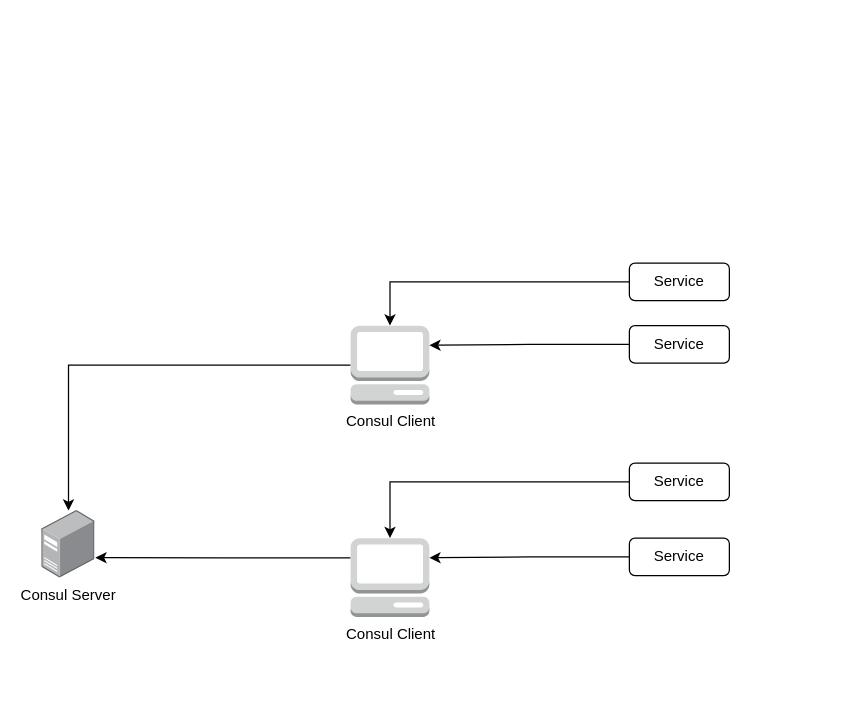
Above: Sample.drawio in TechnoCrush/Diagrams (draw.io), before the change. Source tidied: cells renumbered, new cells numbered last; positions are measured from the earlier drawing's top-left corner, leaving out a move shared by most shapes. Both pictures are drawn from the tidied source at 125%, with x=0, y=0 at pixel (41, 262).
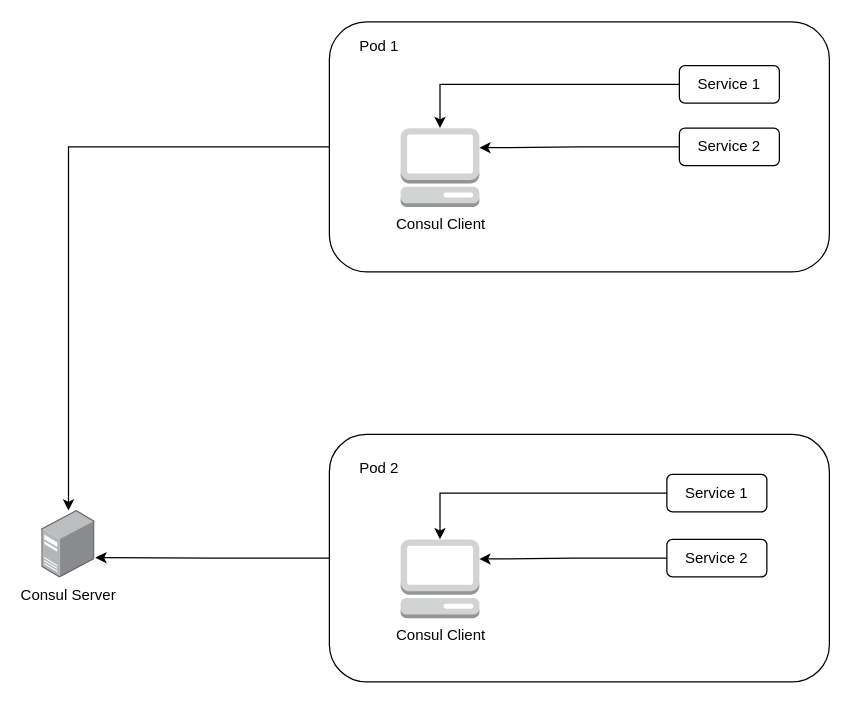
After the change.

The change refers to these unchanged cells:
```xml
<mxCell id="2" value="Consul Server" style="points=[];html=1;align=center;shadow=0;dashed=0;image;image=img/lib/allied_telesis/computer_and_terminals/Server_Desktop.svg;" parent="1" vertex="1">
  <mxGeometry y="198" width="42.6" height="54" as="geometry" />
</mxCell>
```

The edit, as a diff of the source:
```diff
@@
-    <mxCell id="3" style="edgeStyle=orthogonalEdgeStyle;rounded=0;jettySize=auto;html=1;" parent="1" edge="1" source="4" target="2">
+    <mxCell id="3" style="edgeStyle=orthogonalEdgeStyle;rounded=0;jettySize=auto;html=1;exitX=0;exitY=0.5;exitDx=0;exitDy=0;" parent="1" edge="1" source="19" target="2">
       <mxGeometry relative="1" as="geometry" />
     </mxCell>
+    <mxCell id="5" style="edgeStyle=orthogonalEdgeStyle;rounded=0;jettySize=auto;html=1;entryX=1.005;entryY=0.697;entryDx=0;entryDy=0;entryPerimeter=0;exitX=0;exitY=0.5;exitDx=0;exitDy=0;" parent="1" edge="1" source="16" target="2">
+      <mxGeometry relative="1" as="geometry" />
+    </mxCell>
+    <mxCell id="15" style="group;" parent="1" vertex="1">
+      <mxGeometry x="230" y="137" width="400" height="198" as="geometry" />
+    </mxCell>
+    <mxCell id="16" style="rounded=1;whiteSpace=wrap;html=1;align=left;" parent="15" vertex="1">
+      <mxGeometry width="400" height="198" as="geometry" />
+    </mxCell>
+    <mxCell id="6" value="Consul Client" style="outlineConnect=0;dashed=0;verticalLabelPosition=bottom;verticalAlign=top;align=center;html=1;shape=mxgraph.aws3.management_console;fillColor=#D2D3D3;gradientColor=none;" parent="15" vertex="1">
+      <mxGeometry x="57" y="84" width="63" height="63" as="geometry" />
+    </mxCell>
+    <mxCell id="11" style="edgeStyle=orthogonalEdgeStyle;rounded=0;jettySize=auto;html=1;exitX=0;exitY=0.5;exitDx=0;exitDy=0;entryX=1;entryY=0.25;entryDx=0;entryDy=0;entryPerimeter=0;" parent="15" edge="1" source="12" target="6">
+      <mxGeometry relative="1" as="geometry" />
+    </mxCell>
+    <mxCell id="12" value="Service 2" style="rounded=1;whiteSpace=wrap;html=1;" parent="15" vertex="1">
+      <mxGeometry x="270" y="84" width="80" height="30" as="geometry" />
+    </mxCell>
+    <mxCell id="13" style="edgeStyle=orthogonalEdgeStyle;rounded=0;jettySize=auto;html=1;exitX=0;exitY=0.5;exitDx=0;exitDy=0;entryX=0.5;entryY=0;entryDx=0;entryDy=0;entryPerimeter=0;" parent="15" edge="1" source="14" target="6">
+      <mxGeometry relative="1" as="geometry" />
+    </mxCell>
+    <mxCell id="14" value="Service 1" style="rounded=1;whiteSpace=wrap;html=1;" parent="15" vertex="1">
+      <mxGeometry x="270" y="32" width="80" height="30" as="geometry" />
+    </mxCell>
+    <mxCell id="17" value="Pod 2" style="text;html=1;strokeColor=none;fillColor=none;align=center;verticalAlign=middle;whiteSpace=wrap;rounded=0;" parent="15" vertex="1">
+      <mxGeometry x="10" y="12" width="60" height="30" as="geometry" />
+    </mxCell>
+    <mxCell id="18" style="group;" parent="1" vertex="1">
+      <mxGeometry x="230" y="-193" width="400" height="200" as="geometry" />
+    </mxCell>
+    <mxCell id="19" style="rounded=1;whiteSpace=wrap;html=1;align=left;" parent="18" vertex="1">
+      <mxGeometry width="400" height="200" as="geometry" />
+    </mxCell>
-    <mxCell id="4" value="Consul Client" style="outlineConnect=0;dashed=0;verticalLabelPosition=bottom;verticalAlign=top;align=center;html=1;shape=mxgraph.aws3.management_console;fillColor=#D2D3D3;gradientColor=none;" parent="1" vertex="1">
-      <mxGeometry x="247" y="50" width="63" height="63" as="geometry" />
+    <mxCell id="4" value="Consul Client" style="outlineConnect=0;dashed=0;verticalLabelPosition=bottom;verticalAlign=top;align=center;html=1;shape=mxgraph.aws3.management_console;fillColor=#D2D3D3;gradientColor=none;" parent="18" vertex="1">
+      <mxGeometry x="57" y="85" width="63" height="63" as="geometry" />
     </mxCell>
-    <mxCell id="5" style="edgeStyle=orthogonalEdgeStyle;rounded=0;jettySize=auto;html=1;exitX=0;exitY=0.25;exitDx=0;exitDy=0;exitPerimeter=0;entryX=1.005;entryY=0.697;entryDx=0;entryDy=0;entryPerimeter=0;" parent="1" edge="1" source="6" target="2">
-      <mxGeometry relative="1" as="geometry" />
-    </mxCell>
-    <mxCell id="6" value="Consul Client" style="outlineConnect=0;dashed=0;verticalLabelPosition=bottom;verticalAlign=top;align=center;html=1;shape=mxgraph.aws3.management_console;fillColor=#D2D3D3;gradientColor=none;" parent="1" vertex="1">
-      <mxGeometry x="247" y="220" width="63" height="63" as="geometry" />
-    </mxCell>
-    <mxCell id="7" style="edgeStyle=orthogonalEdgeStyle;rounded=0;jettySize=auto;html=1;exitX=0;exitY=0.5;exitDx=0;exitDy=0;entryX=1;entryY=0.25;entryDx=0;entryDy=0;entryPerimeter=0;" parent="1" edge="1" source="8" target="4">
+    <mxCell id="7" style="edgeStyle=orthogonalEdgeStyle;rounded=0;jettySize=auto;html=1;exitX=0;exitY=0.5;exitDx=0;exitDy=0;entryX=1;entryY=0.25;entryDx=0;entryDy=0;entryPerimeter=0;" parent="18" edge="1" source="8" target="4">
       <mxGeometry relative="1" as="geometry" />
     </mxCell>
-    <mxCell id="8" value="Service" style="rounded=1;whiteSpace=wrap;html=1;" parent="1" vertex="1">
-      <mxGeometry x="470" y="50" width="80" height="30" as="geometry" />
+    <mxCell id="8" value="Service 2" style="rounded=1;whiteSpace=wrap;html=1;" parent="18" vertex="1">
+      <mxGeometry x="280" y="85" width="80" height="30" as="geometry" />
     </mxCell>
-    <mxCell id="9" style="edgeStyle=orthogonalEdgeStyle;rounded=0;jettySize=auto;html=1;exitX=0;exitY=0.5;exitDx=0;exitDy=0;" parent="1" edge="1" source="10" target="4">
+    <mxCell id="9" style="edgeStyle=orthogonalEdgeStyle;rounded=0;jettySize=auto;html=1;exitX=0;exitY=0.5;exitDx=0;exitDy=0;" parent="18" edge="1" source="10" target="4">
       <mxGeometry relative="1" as="geometry" />
     </mxCell>
-    <mxCell id="10" value="Service" style="rounded=1;whiteSpace=wrap;html=1;" parent="1" vertex="1">
-      <mxGeometry x="470" width="80" height="30" as="geometry" />
+    <mxCell id="10" value="Service 1" style="rounded=1;whiteSpace=wrap;html=1;" parent="18" vertex="1">
+      <mxGeometry x="280" y="35" width="80" height="30" as="geometry" />
     </mxCell>
-    <mxCell id="11" style="edgeStyle=orthogonalEdgeStyle;rounded=0;jettySize=auto;html=1;exitX=0;exitY=0.5;exitDx=0;exitDy=0;entryX=1;entryY=0.25;entryDx=0;entryDy=0;entryPerimeter=0;" parent="1" edge="1" source="12" target="6">
-      <mxGeometry relative="1" as="geometry" />
-    </mxCell>
-    <mxCell id="12" value="Service" style="rounded=1;whiteSpace=wrap;html=1;" parent="1" vertex="1">
-      <mxGeometry x="470" y="220" width="80" height="30" as="geometry" />
-    </mxCell>
-    <mxCell id="13" style="edgeStyle=orthogonalEdgeStyle;rounded=0;jettySize=auto;html=1;exitX=0;exitY=0.5;exitDx=0;exitDy=0;entryX=0.5;entryY=0;entryDx=0;entryDy=0;entryPerimeter=0;" parent="1" edge="1" source="14" target="6">
-      <mxGeometry relative="1" as="geometry" />
-    </mxCell>
-    <mxCell id="14" value="Service" style="rounded=1;whiteSpace=wrap;html=1;" parent="1" vertex="1">
-      <mxGeometry x="470" y="160" width="80" height="30" as="geometry" />
-    </mxCell>
+    <mxCell id="20" value="Pod 1" style="text;html=1;strokeColor=none;fillColor=none;align=center;verticalAlign=middle;whiteSpace=wrap;rounded=0;" parent="18" vertex="1">
+      <mxGeometry x="10" y="5" width="60" height="30" as="geometry" />
+    </mxCell>
```
